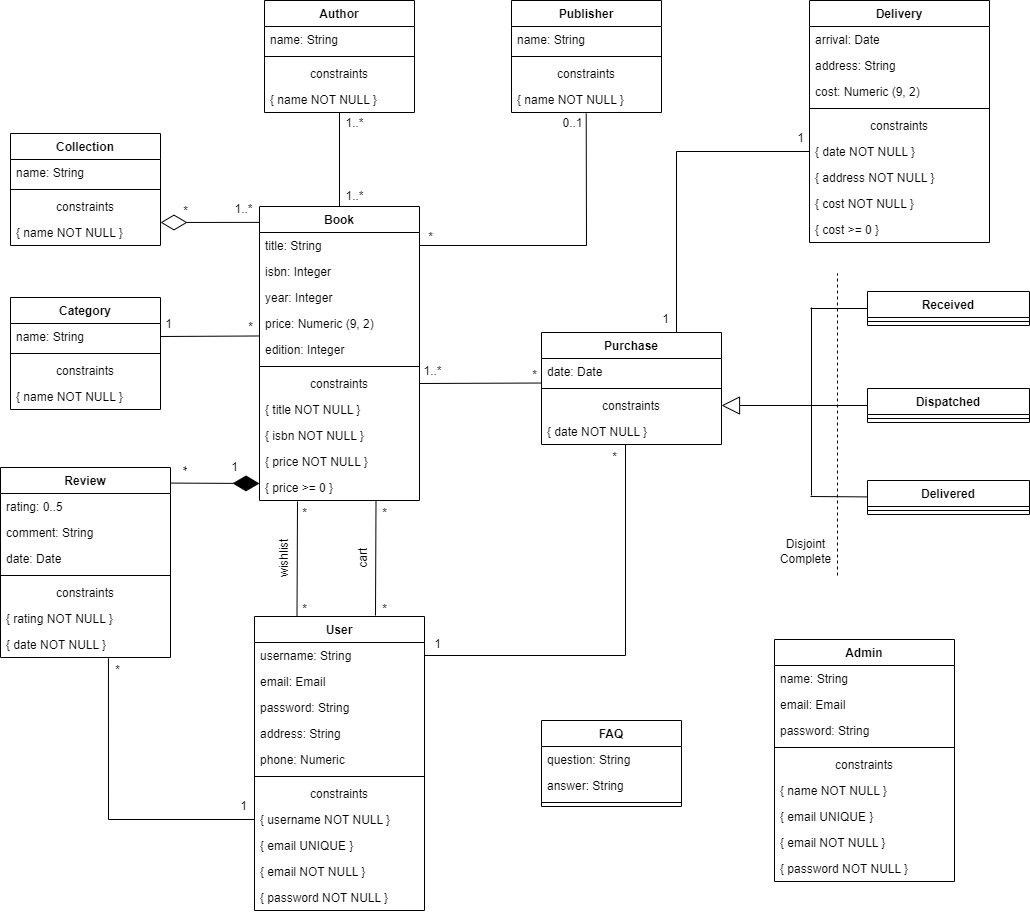
Before: docs/images/UML.png, a diagram exported from draw.io (P1ntas/LBAW). Source tidied: cells renumbered, new cells last; positions are measured from the earlier drawing's top-left corner, leaving out a move shared by most shapes.
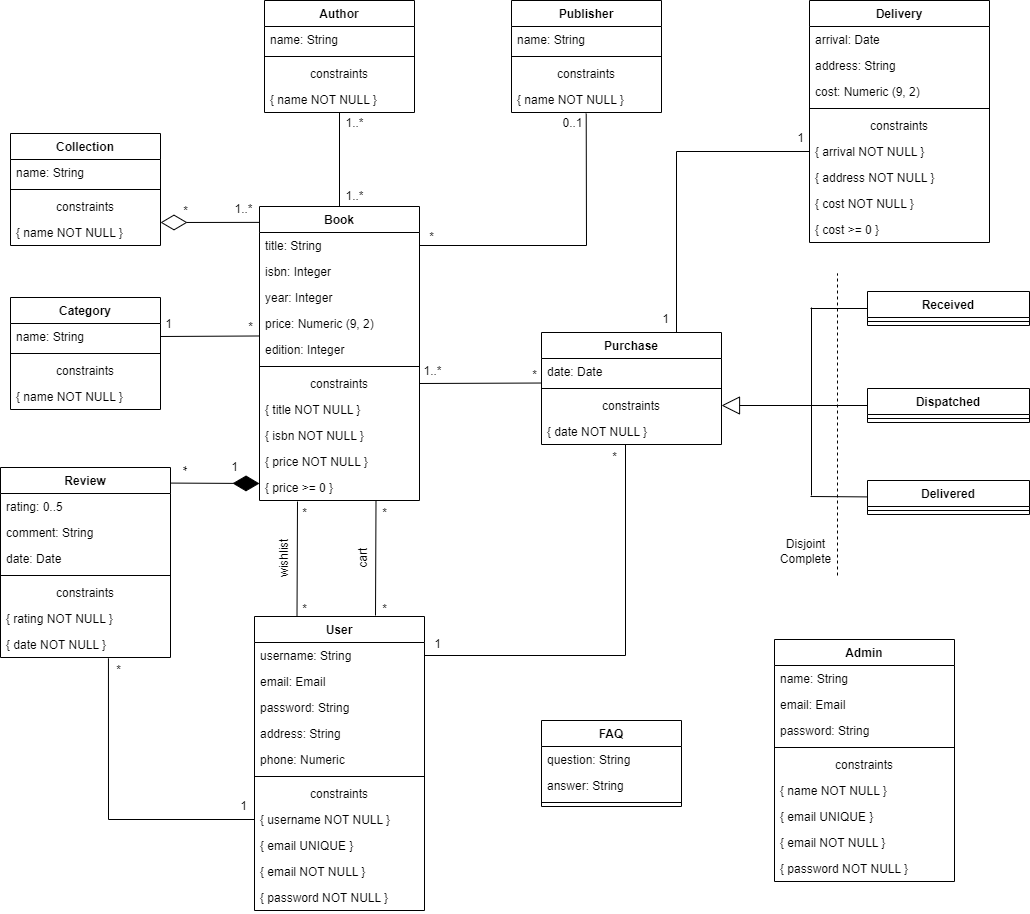
The same diagram one commit later.

The edit, as a diff of the source:
```diff
@@ -398,7 +398,7 @@
     <mxCell id="122" value="constraints" style="text;strokeColor=none;fillColor=none;align=center;verticalAlign=top;spacingLeft=4;spacingRight=4;overflow=hidden;" parent="117" vertex="1">
       <mxGeometry y="112" width="180" height="26" as="geometry" />
     </mxCell>
-    <mxCell id="123" value="{ date NOT NULL }" style="text;strokeColor=none;fillColor=none;align=left;verticalAlign=top;spacingLeft=4;spacingRight=4;overflow=hidden;points=[[0,0.5],[1,0.5]];portConstraint=eastwest;" parent="117" vertex="1">
+    <mxCell id="123" value="{ arrival NOT NULL }" style="text;strokeColor=none;fillColor=none;align=left;verticalAlign=top;spacingLeft=4;spacingRight=4;overflow=hidden;points=[[0,0.5],[1,0.5]];portConstraint=eastwest;" parent="117" vertex="1">
       <mxGeometry y="138" width="180" height="26" as="geometry" />
     </mxCell>
     <mxCell id="124" value="{ address NOT NULL }" style="text;strokeColor=none;fillColor=none;align=left;verticalAlign=top;spacingLeft=4;spacingRight=4;overflow=hidden;" parent="117" vertex="1">
```
